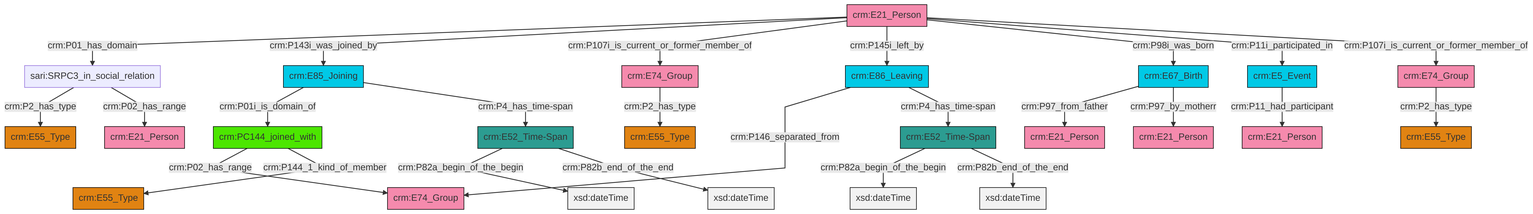
Before: et/personCSV/ttl/mmd/png/Person_Actor_Relations.png, a diagram exported from Mermaid (swiss-art-research-net/docs.swissartresearch). Its source is kept beside it as et/personCSV/ttl/mmd/Person_Actor_Relations.ttl.mmd.
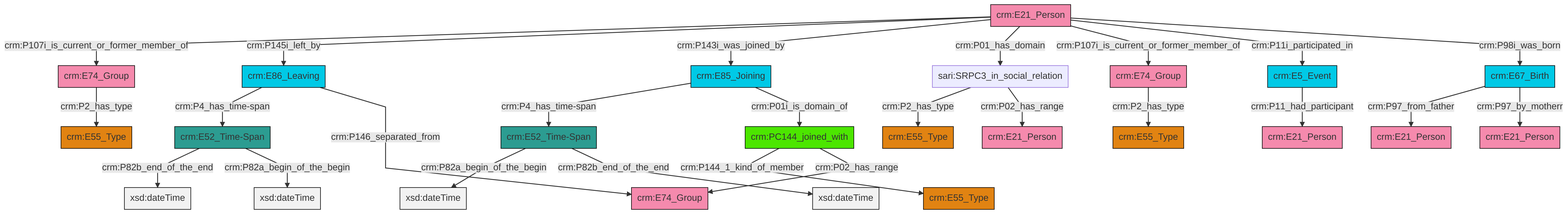
After the change.

What changed in the source:
```diff
@@ -13,27 +13,27 @@
 classDef PC_Classes fill:#4ce600, stroke:#000000;
 classDef Multi fill:#cccccc,stroke:#000000;
 
-4["crm:E52_Time-Span"]:::Time-Span -->|crm:P82a_begin_of_the_begin| 5[xsd:dateTime]:::Literal
-6["crm:E5_Event"]:::Temporal_Entity -->|crm:P11_had_participant| 7["crm:E21_Person"]:::Actor
-8["crm:E21_Person"]:::Actor -->|crm:P01_has_domain| 2["sari:SRPC3_in_social_relation"]:::Default
-11["crm:E74_Group"]:::Actor -->|crm:P2_has_type| 15["crm:E55_Type"]:::Type
-8["crm:E21_Person"]:::Actor -->|crm:P143i_was_joined_by| 19["crm:E85_Joining"]:::Temporal_Entity
-2["sari:SRPC3_in_social_relation"]:::Default -->|crm:P2_has_type| 20["crm:E55_Type"]:::Type
-8["crm:E21_Person"]:::Actor -->|crm:P107i_is_current_or_former_member_of| 17["crm:E74_Group"]:::Actor
-4["crm:E52_Time-Span"]:::Time-Span -->|crm:P82b_end_of_the_end| 24[xsd:dateTime]:::Literal
-26["crm:E67_Birth"]:::Temporal_Entity -->|crm:P97_from_father| 27["crm:E21_Person"]:::Actor
-28["crm:PC144_joined_with"]:::PC_Classes -->|crm:P02_has_range| 29["crm:E74_Group"]:::Actor
-31["crm:E52_Time-Span"]:::Time-Span -->|crm:P82a_begin_of_the_begin| 32[xsd:dateTime]:::Literal
-8["crm:E21_Person"]:::Actor -->|crm:P145i_left_by| 0["crm:E86_Leaving"]:::Temporal_Entity
-17["crm:E74_Group"]:::Actor -->|crm:P2_has_type| 22["crm:E55_Type"]:::Type
-28["crm:PC144_joined_with"]:::PC_Classes -->|crm:P144_1_kind_of_member| 9["crm:E55_Type"]:::Type
-0["crm:E86_Leaving"]:::Temporal_Entity -->|crm:P146_separated_from| 29["crm:E74_Group"]:::Actor
-8["crm:E21_Person"]:::Actor -->|crm:P98i_was_born| 26["crm:E67_Birth"]:::Temporal_Entity
-26["crm:E67_Birth"]:::Temporal_Entity -->|crm:P97_by_motherr| 33["crm:E21_Person"]:::Actor
-8["crm:E21_Person"]:::Actor -->|crm:P11i_participated_in| 6["crm:E5_Event"]:::Temporal_Entity
-19["crm:E85_Joining"]:::Temporal_Entity -->|crm:P01i_is_domain_of| 28["crm:PC144_joined_with"]:::PC_Classes
-8["crm:E21_Person"]:::Actor -->|crm:P107i_is_current_or_former_member_of| 11["crm:E74_Group"]:::Actor
-19["crm:E85_Joining"]:::Temporal_Entity -->|crm:P4_has_time-span| 31["crm:E52_Time-Span"]:::Time-Span
-0["crm:E86_Leaving"]:::Temporal_Entity -->|crm:P4_has_time-span| 4["crm:E52_Time-Span"]:::Time-Span
-2["sari:SRPC3_in_social_relation"]:::Default -->|crm:P02_has_range| 13["crm:E21_Person"]:::Actor
-31["crm:E52_Time-Span"]:::Time-Span -->|crm:P82b_end_of_the_end| 45[xsd:dateTime]:::Literal
+2["crm:E86_Leaving"]:::Temporal_Entity -->|crm:P4_has_time-span| 3["crm:E52_Time-Span"]:::Time-Span
+2["crm:E86_Leaving"]:::Temporal_Entity -->|crm:P146_separated_from| 4["crm:E74_Group"]:::Actor
+11["crm:E67_Birth"]:::Temporal_Entity -->|crm:P97_from_father| 12["crm:E21_Person"]:::Actor
+15["crm:E21_Person"]:::Actor -->|crm:P107i_is_current_or_former_member_of| 16["crm:E74_Group"]:::Actor
+15["crm:E21_Person"]:::Actor -->|crm:P145i_left_by| 2["crm:E86_Leaving"]:::Temporal_Entity
+17["crm:E85_Joining"]:::Temporal_Entity -->|crm:P4_has_time-span| 0["crm:E52_Time-Span"]:::Time-Span
+15["crm:E21_Person"]:::Actor -->|crm:P143i_was_joined_by| 17["crm:E85_Joining"]:::Temporal_Entity
+25["crm:PC144_joined_with"]:::PC_Classes -->|crm:P144_1_kind_of_member| 26["crm:E55_Type"]:::Type
+25["crm:PC144_joined_with"]:::PC_Classes -->|crm:P02_has_range| 4["crm:E74_Group"]:::Actor
+3["crm:E52_Time-Span"]:::Time-Span -->|crm:P82b_end_of_the_end| 29[xsd:dateTime]:::Literal
+16["crm:E74_Group"]:::Actor -->|crm:P2_has_type| 18["crm:E55_Type"]:::Type
+15["crm:E21_Person"]:::Actor -->|crm:P01_has_domain| 32["sari:SRPC3_in_social_relation"]:::Default
+15["crm:E21_Person"]:::Actor -->|crm:P107i_is_current_or_former_member_of| 23["crm:E74_Group"]:::Actor
+9["crm:E5_Event"]:::Temporal_Entity -->|crm:P11_had_participant| 5["crm:E21_Person"]:::Actor
+3["crm:E52_Time-Span"]:::Time-Span -->|crm:P82a_begin_of_the_begin| 38[xsd:dateTime]:::Literal
+32["sari:SRPC3_in_social_relation"]:::Default -->|crm:P2_has_type| 41["crm:E55_Type"]:::Type
+32["sari:SRPC3_in_social_relation"]:::Default -->|crm:P02_has_range| 13["crm:E21_Person"]:::Actor
+0["crm:E52_Time-Span"]:::Time-Span -->|crm:P82a_begin_of_the_begin| 44[xsd:dateTime]:::Literal
+23["crm:E74_Group"]:::Actor -->|crm:P2_has_type| 20["crm:E55_Type"]:::Type
+11["crm:E67_Birth"]:::Temporal_Entity -->|crm:P97_by_motherr| 7["crm:E21_Person"]:::Actor
+0["crm:E52_Time-Span"]:::Time-Span -->|crm:P82b_end_of_the_end| 45[xsd:dateTime]:::Literal
+15["crm:E21_Person"]:::Actor -->|crm:P11i_participated_in| 9["crm:E5_Event"]:::Temporal_Entity
+15["crm:E21_Person"]:::Actor -->|crm:P98i_was_born| 11["crm:E67_Birth"]:::Temporal_Entity
+17["crm:E85_Joining"]:::Temporal_Entity -->|crm:P01i_is_domain_of| 25["crm:PC144_joined_with"]:::PC_Classes
```
